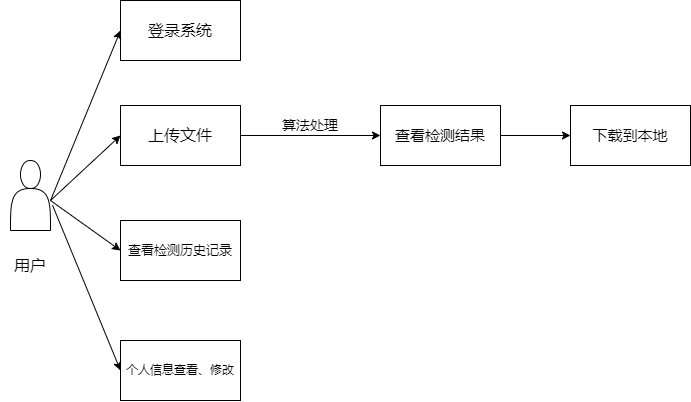
The draw.io diagram res/应用对象分析.png in DavidingPlus/Web-IntelliFind, before a commit. Source tidied: cells renumbered, new cells last; positions are measured from the earlier drawing's top-left corner, leaving out a move shared by most shapes. Source of this version:
```xml
<mxGraphModel>
  <root>
    <mxCell id="0" />
    <mxCell id="1" parent="0" />
    <mxCell id="2" style="shape=actor;whiteSpace=wrap;html=1;" parent="1" vertex="1">
      <mxGeometry x="10" y="160" width="40" height="70" as="geometry" />
    </mxCell>
    <mxCell id="3" value="登录系统" style="rounded=0;whiteSpace=wrap;html=1;fontSize=16;" parent="1" vertex="1">
      <mxGeometry x="120" width="120" height="60" as="geometry" />
    </mxCell>
    <mxCell id="4" value="上传文件" style="rounded=0;whiteSpace=wrap;html=1;fontSize=16;" parent="1" vertex="1">
      <mxGeometry x="120" y="105" width="120" height="60" as="geometry" />
    </mxCell>
    <mxCell id="5" value="查看检测历史记录" style="rounded=0;whiteSpace=wrap;html=1;fontSize=13;" parent="1" vertex="1">
      <mxGeometry x="120" y="220" width="120" height="60" as="geometry" />
    </mxCell>
    <mxCell id="6" value="个人信息查看、修改" style="rounded=0;whiteSpace=wrap;html=1;fontSize=12;" parent="1" vertex="1">
      <mxGeometry x="120" y="340" width="120" height="60" as="geometry" />
    </mxCell>
    <mxCell id="7" style="endArrow=classic;html=1;exitX=1;exitY=0.5;exitDx=0;exitDy=0;" parent="1" edge="1" source="4">
      <mxGeometry relative="1" as="geometry">
        <mxPoint x="380" y="135" as="targetPoint" />
      </mxGeometry>
    </mxCell>
    <mxCell id="8" value="查看检测结果" style="rounded=0;whiteSpace=wrap;html=1;fontSize=15;" parent="1" vertex="1">
      <mxGeometry x="380" y="105" width="120" height="60" as="geometry" />
    </mxCell>
    <mxCell id="9" value="下载到本地" style="rounded=0;whiteSpace=wrap;html=1;fontSize=15;" parent="1" vertex="1">
      <mxGeometry x="570" y="105" width="120" height="60" as="geometry" />
    </mxCell>
    <mxCell id="10" style="endArrow=classic;html=1;entryX=0;entryY=0.5;entryDx=0;entryDy=0;exitX=1;exitY=0.5;exitDx=0;exitDy=0;" parent="1" edge="1" source="8" target="9">
      <mxGeometry relative="1" as="geometry" />
    </mxCell>
    <mxCell id="11" value="算法处理" style="text;html=1;strokeColor=none;fillColor=none;align=center;verticalAlign=middle;whiteSpace=wrap;rounded=0;fontSize=14;" parent="1" vertex="1">
      <mxGeometry x="280" y="110" width="60" height="30" as="geometry" />
    </mxCell>
    <mxCell id="12" value="用户" style="text;html=1;strokeColor=none;fillColor=none;align=center;verticalAlign=middle;whiteSpace=wrap;rounded=0;fontSize=16;" parent="1" vertex="1">
      <mxGeometry y="250" width="60" height="30" as="geometry" />
    </mxCell>
    <mxCell id="13" style="endArrow=classic;html=1;entryX=0;entryY=0.5;entryDx=0;entryDy=0;" parent="1" edge="1" target="3">
      <mxGeometry relative="1" as="geometry">
        <mxPoint x="50" y="200" as="sourcePoint" />
      </mxGeometry>
    </mxCell>
    <mxCell id="14" style="endArrow=classic;html=1;entryX=0;entryY=0.5;entryDx=0;entryDy=0;" parent="1" edge="1" target="4">
      <mxGeometry relative="1" as="geometry">
        <mxPoint x="50" y="200" as="sourcePoint" />
      </mxGeometry>
    </mxCell>
    <mxCell id="15" style="endArrow=classic;html=1;entryX=0;entryY=0.5;entryDx=0;entryDy=0;" parent="1" edge="1" target="5">
      <mxGeometry relative="1" as="geometry">
        <mxPoint x="50" y="200" as="sourcePoint" />
      </mxGeometry>
    </mxCell>
    <mxCell id="16" style="endArrow=classic;html=1;entryX=0;entryY=0.5;entryDx=0;entryDy=0;exitX=1.05;exitY=0.638;exitDx=0;exitDy=0;exitPerimeter=0;" parent="1" edge="1" source="2" target="6">
      <mxGeometry relative="1" as="geometry" />
    </mxCell>
  </root>
</mxGraphModel>
```
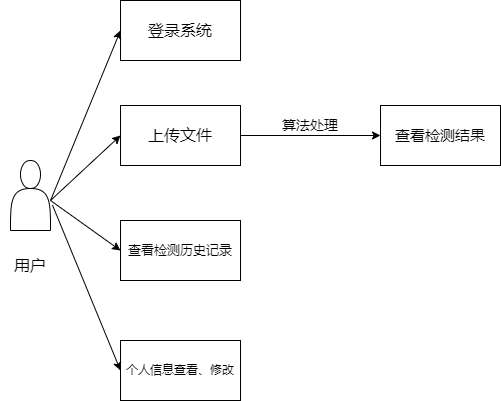
The same file after the commit.

What changed in the source:
```diff
@@ -25,12 +25,6 @@
     <mxCell id="8" value="查看检测结果" style="rounded=0;whiteSpace=wrap;html=1;fontSize=15;" parent="1" vertex="1">
       <mxGeometry x="380" y="105" width="120" height="60" as="geometry" />
     </mxCell>
-    <mxCell id="9" value="下载到本地" style="rounded=0;whiteSpace=wrap;html=1;fontSize=15;" parent="1" vertex="1">
-      <mxGeometry x="570" y="105" width="120" height="60" as="geometry" />
-    </mxCell>
-    <mxCell id="10" style="endArrow=classic;html=1;entryX=0;entryY=0.5;entryDx=0;entryDy=0;exitX=1;exitY=0.5;exitDx=0;exitDy=0;" parent="1" edge="1" source="8" target="9">
-      <mxGeometry relative="1" as="geometry" />
-    </mxCell>
     <mxCell id="11" value="算法处理" style="text;html=1;strokeColor=none;fillColor=none;align=center;verticalAlign=middle;whiteSpace=wrap;rounded=0;fontSize=14;" parent="1" vertex="1">
       <mxGeometry x="280" y="110" width="60" height="30" as="geometry" />
     </mxCell>
```
